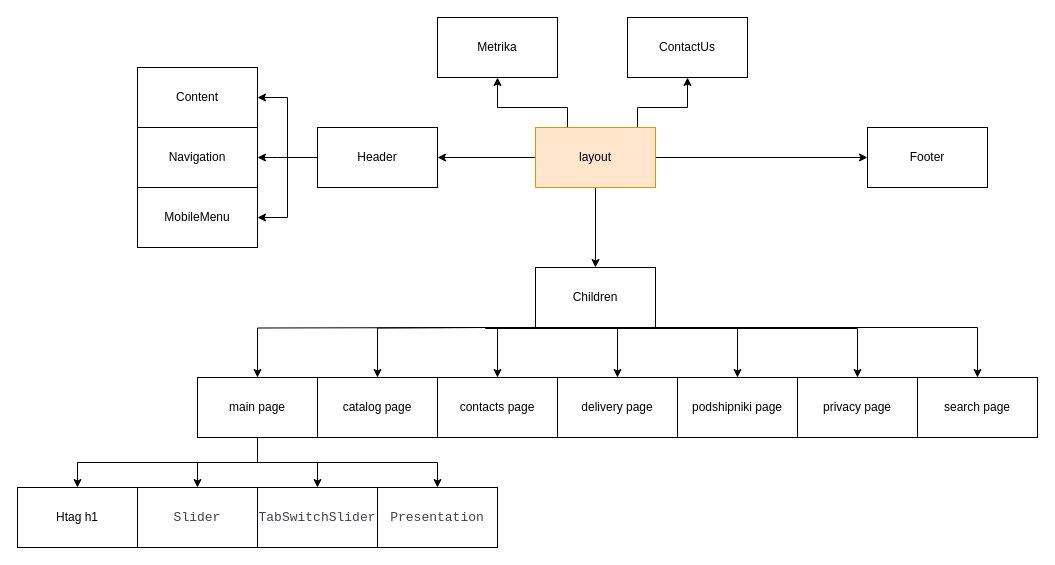
Earlier version of the draw.io diagram utils/drow-io-shema.drawio (ArtemMazin/ViVa). Source tidied: cells renumbered, new cells numbered last; positions are measured from the earlier drawing's top-left corner, leaving out a move shared by most shapes. Both pictures are drawn from the tidied source at 100%, with x=0, y=0 at pixel (17, 17).
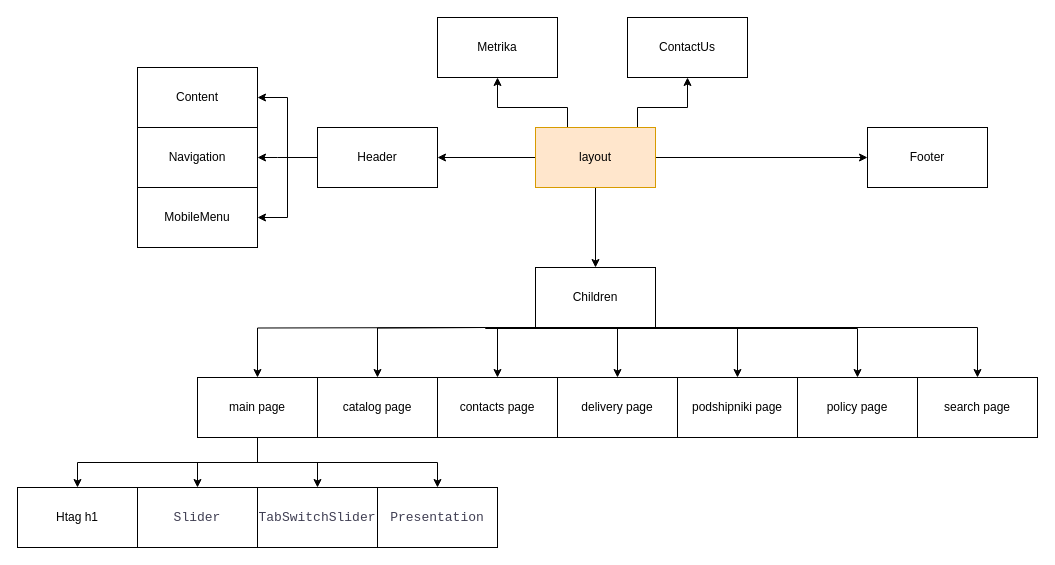
After the change.

Change to the diagram source:
```diff
@@
-    <mxCell id="39" value="privacy page" style="rounded=0;whiteSpace=wrap;html=1;" parent="1" vertex="1">
+    <mxCell id="39" value="policy page" style="rounded=0;whiteSpace=wrap;html=1;" parent="1" vertex="1">
       <mxGeometry x="780" y="360" width="120" height="60" as="geometry" />
     </mxCell>
```
